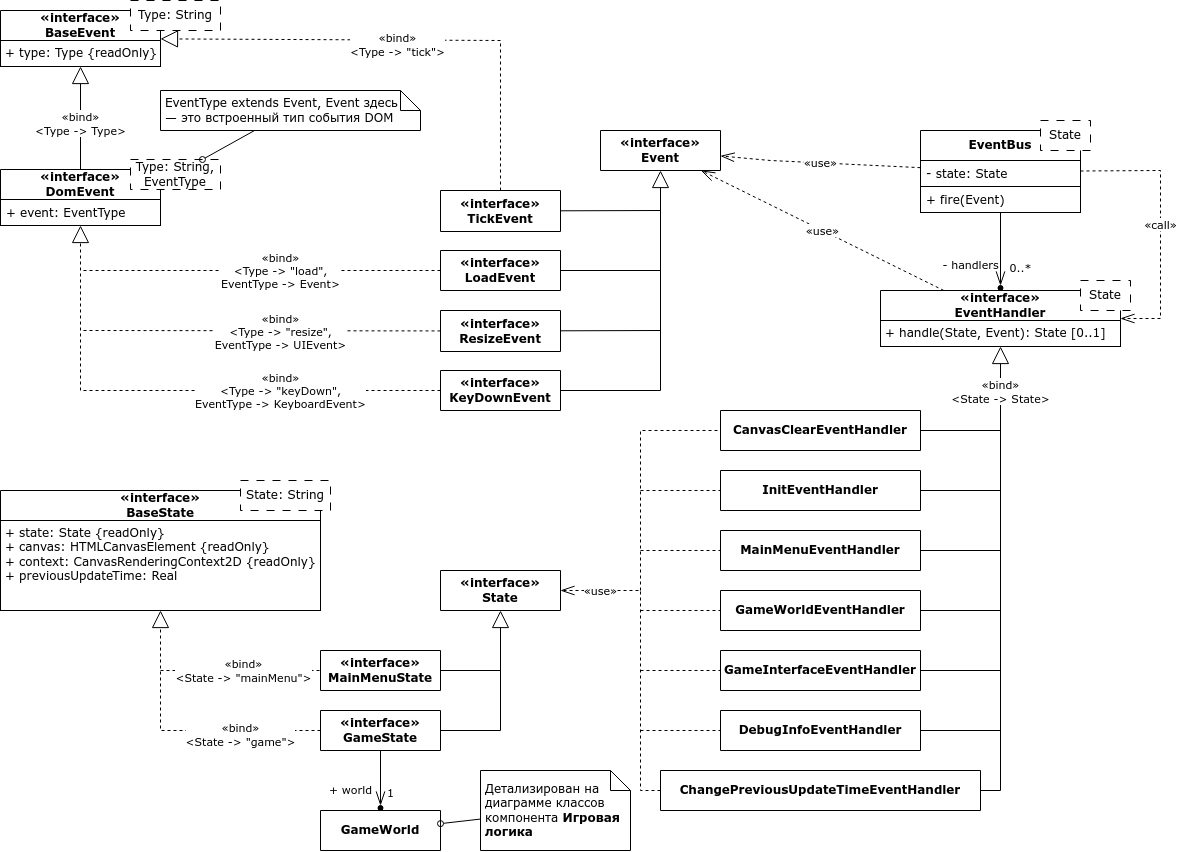
This is uml/event_bus_classes.drawio.png from ProgMiner/Lab_SoftwareDevelopment, a draw.io export, as it was before one commit. Source tidied: cells renumbered, new cells last; positions are measured from the earlier drawing's top-left corner, leaving out a move shared by most shapes.
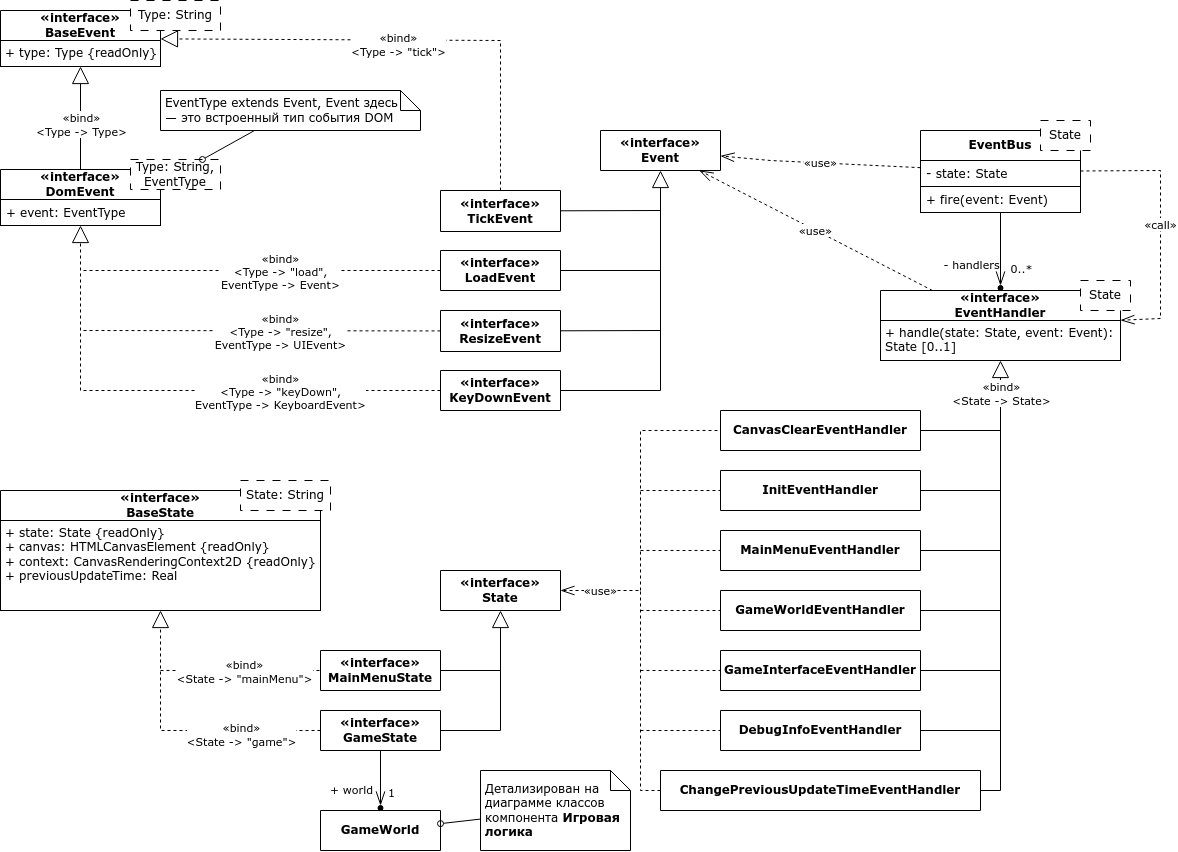
The same diagram one commit later.

Diff of the diagram source:
```diff
@@ -8,7 +8,7 @@
     <mxCell id="3" value="- state: State" style="text;strokeColor=default;fillColor=default;align=left;verticalAlign=top;spacingLeft=4;spacingRight=4;overflow=hidden;whiteSpace=wrap;html=1;" parent="2" vertex="1">
       <mxGeometry y="30" width="160" height="26" as="geometry" />
     </mxCell>
-    <mxCell id="4" value="+ fire(Event)" style="text;strokeColor=default;fillColor=default;align=left;verticalAlign=top;spacingLeft=4;spacingRight=4;overflow=hidden;whiteSpace=wrap;html=1;" parent="2" vertex="1">
+    <mxCell id="4" value="+ fire(event: Event)" style="text;strokeColor=default;fillColor=default;align=left;verticalAlign=top;spacingLeft=4;spacingRight=4;overflow=hidden;whiteSpace=wrap;html=1;" parent="2" vertex="1">
       <mxGeometry y="56" width="160" height="26" as="geometry" />
     </mxCell>
     <mxCell id="5" value="State" style="rounded=0;whiteSpace=wrap;html=1;dashed=1;dashPattern=8 8;" parent="1" vertex="1">
@@ -211,10 +211,10 @@
       <mxGeometry relative="1" as="geometry" />
     </mxCell>
     <mxCell id="52" value="«interface»&lt;br&gt;EventHandler" style="swimlane;fontStyle=1;align=center;verticalAlign=middle;horizontal=1;startSize=30;whiteSpace=wrap;html=1;fillColor=default;" parent="1" vertex="1">
-      <mxGeometry x="880" y="290" width="240" height="56" as="geometry" />
+      <mxGeometry x="880" y="290" width="240" height="70" as="geometry" />
     </mxCell>
-    <mxCell id="53" value="+ handle(State, Event): State [0..1]" style="text;strokeColor=default;fillColor=default;align=left;verticalAlign=top;spacingLeft=4;spacingRight=4;overflow=hidden;whiteSpace=wrap;html=1;spacing=1;" parent="52" vertex="1">
-      <mxGeometry y="30" width="240" height="26" as="geometry" />
+    <mxCell id="53" value="+ handle(state: State, event: Event): State [0..1]" style="text;strokeColor=default;fillColor=default;align=left;verticalAlign=top;spacingLeft=4;spacingRight=4;overflow=hidden;whiteSpace=wrap;html=1;spacing=1;" parent="52" vertex="1">
+      <mxGeometry y="30" width="240" height="40" as="geometry" />
     </mxCell>
     <mxCell id="54" value="State" style="rounded=0;whiteSpace=wrap;html=1;dashed=1;dashPattern=8 8;" parent="1" vertex="1">
       <mxGeometry x="1080" y="280" width="50" height="30" as="geometry" />
```
